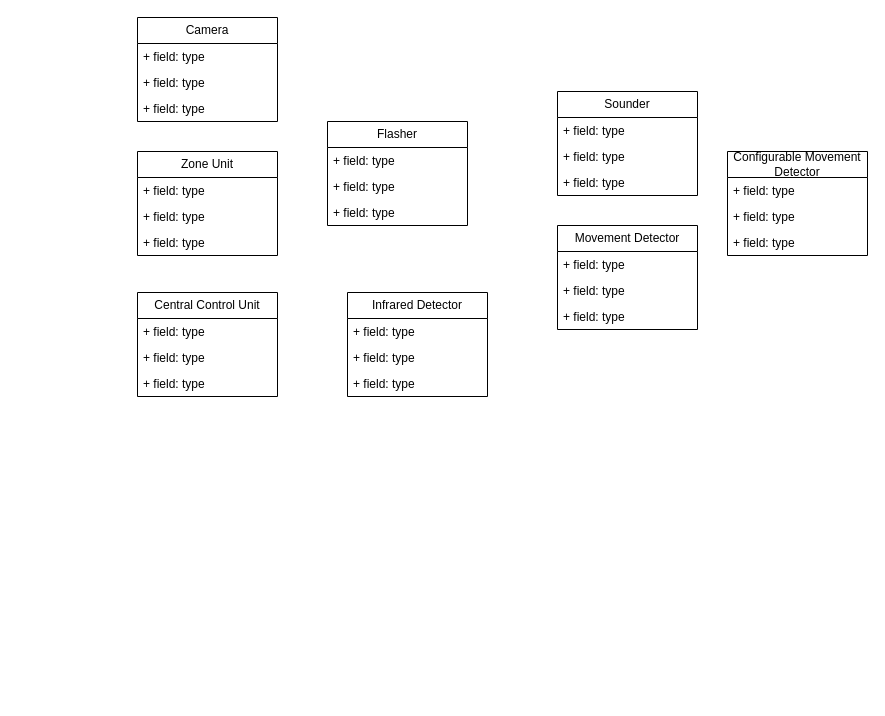
Before: week12-workshop11.drawio in antonykimuom/SWEN30006-2025-SM1-workshop1-tuew05-14-00-team-12, a draw.io diagram. Source tidied: cells renumbered, new cells numbered last; positions are measured from the earlier drawing's top-left corner, leaving out a move shared by most shapes. Both pictures are drawn from the tidied source at 100%, with x=0, y=0 at pixel (137, 17).
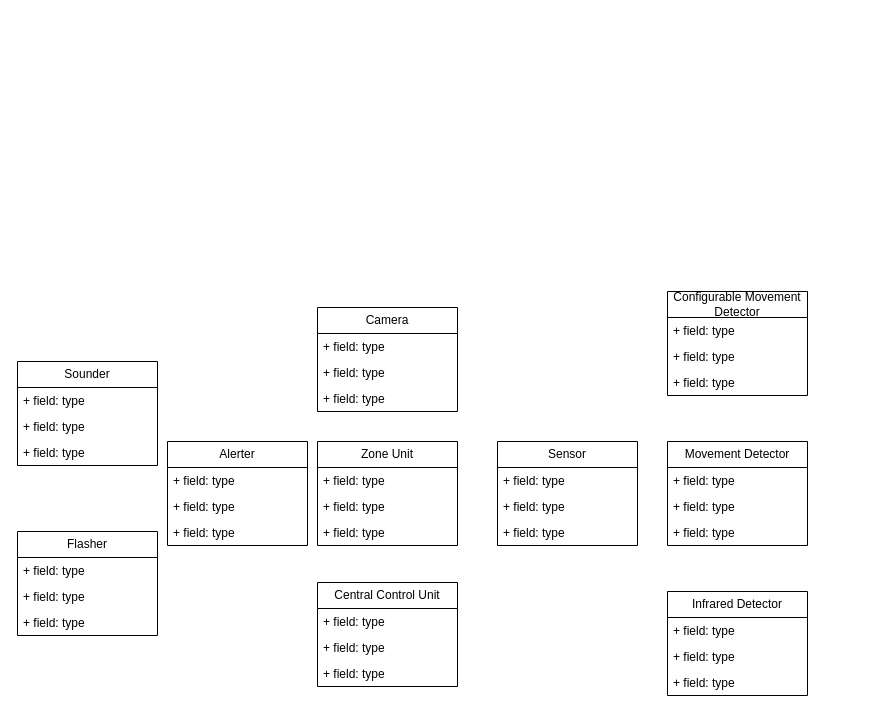
The same page after the edit.

What changed in the source:
```diff
@@
     <mxCell id="2" value="Central Control Unit" style="swimlane;fontStyle=0;horizontal=1;startSize=26;fillColor=none;whiteSpace=wrap;html=1;" parent="1" vertex="1">
-      <mxGeometry y="275" width="140" height="104" as="geometry" />
+      <mxGeometry x="180" y="565" width="140" height="104" as="geometry" />
     </mxCell>
@@
     <mxCell id="6" value="Zone Unit" style="swimlane;fontStyle=0;horizontal=1;startSize=26;fillColor=none;whiteSpace=wrap;html=1;" parent="1" vertex="1">
-      <mxGeometry y="134" width="140" height="104" as="geometry" />
+      <mxGeometry x="180" y="424" width="140" height="104" as="geometry" />
     </mxCell>
@@
     <mxCell id="10" value="Camera" style="swimlane;fontStyle=0;horizontal=1;startSize=26;fillColor=none;whiteSpace=wrap;html=1;" parent="1" vertex="1">
-      <mxGeometry width="140" height="104" as="geometry" />
+      <mxGeometry x="180" y="290" width="140" height="104" as="geometry" />
     </mxCell>
@@
     <mxCell id="14" value="Flasher" style="swimlane;fontStyle=0;horizontal=1;startSize=26;fillColor=none;whiteSpace=wrap;html=1;" parent="1" vertex="1">
-      <mxGeometry x="190" y="104" width="140" height="104" as="geometry" />
+      <mxGeometry x="-120" y="514" width="140" height="104" as="geometry" />
     </mxCell>
@@
     <mxCell id="18" value="Sounder" style="swimlane;fontStyle=0;horizontal=1;startSize=26;fillColor=none;whiteSpace=wrap;html=1;" parent="1" vertex="1">
-      <mxGeometry x="420" y="74" width="140" height="104" as="geometry" />
+      <mxGeometry x="-120" y="344" width="140" height="104" as="geometry" />
     </mxCell>
@@
     <mxCell id="22" value="Infrared Detector" style="swimlane;fontStyle=0;horizontal=1;startSize=26;fillColor=none;whiteSpace=wrap;html=1;" parent="1" vertex="1">
-      <mxGeometry x="210" y="275" width="140" height="104" as="geometry" />
+      <mxGeometry x="530" y="574" width="140" height="104" as="geometry" />
     </mxCell>
@@
     <mxCell id="26" value="Movement Detector" style="swimlane;fontStyle=0;horizontal=1;startSize=26;fillColor=none;whiteSpace=wrap;html=1;" parent="1" vertex="1">
-      <mxGeometry x="420" y="208" width="140" height="104" as="geometry" />
+      <mxGeometry x="530" y="424" width="140" height="104" as="geometry" />
     </mxCell>
@@
     <mxCell id="30" value="Configurable Movement Detector" style="swimlane;fontStyle=0;horizontal=1;startSize=26;fillColor=none;whiteSpace=wrap;html=1;" parent="1" vertex="1">
-      <mxGeometry x="590" y="134" width="140" height="104" as="geometry" />
+      <mxGeometry x="530" y="274" width="140" height="104" as="geometry" />
     </mxCell>
@@
+    <mxCell id="34" value="Sensor" style="swimlane;fontStyle=0;horizontal=1;startSize=26;fillColor=none;whiteSpace=wrap;html=1;" parent="1" vertex="1">
+      <mxGeometry x="360" y="424" width="140" height="104" as="geometry" />
+    </mxCell>
+    <mxCell id="35" value="+ field: type" style="text;strokeColor=none;fillColor=none;align=left;verticalAlign=top;spacingLeft=4;spacingRight=4;overflow=hidden;whiteSpace=wrap;html=1;" parent="34" vertex="1">
+      <mxGeometry y="26" width="140" height="26" as="geometry" />
+    </mxCell>
+    <mxCell id="36" value="+ field: type" style="text;strokeColor=none;fillColor=none;align=left;verticalAlign=top;spacingLeft=4;spacingRight=4;overflow=hidden;whiteSpace=wrap;html=1;" parent="34" vertex="1">
+      <mxGeometry y="52" width="140" height="26" as="geometry" />
+    </mxCell>
+    <mxCell id="37" value="+ field: type" style="text;strokeColor=none;fillColor=none;align=left;verticalAlign=top;spacingLeft=4;spacingRight=4;overflow=hidden;whiteSpace=wrap;html=1;" parent="34" vertex="1">
+      <mxGeometry y="78" width="140" height="26" as="geometry" />
+    </mxCell>
+    <mxCell id="38" value="Alerter" style="swimlane;fontStyle=0;horizontal=1;startSize=26;fillColor=none;whiteSpace=wrap;html=1;" parent="1" vertex="1">
+      <mxGeometry x="30" y="424" width="140" height="104" as="geometry" />
+    </mxCell>
+    <mxCell id="39" value="+ field: type" style="text;strokeColor=none;fillColor=none;align=left;verticalAlign=top;spacingLeft=4;spacingRight=4;overflow=hidden;whiteSpace=wrap;html=1;" parent="38" vertex="1">
+      <mxGeometry y="26" width="140" height="26" as="geometry" />
+    </mxCell>
+    <mxCell id="40" value="+ field: type" style="text;strokeColor=none;fillColor=none;align=left;verticalAlign=top;spacingLeft=4;spacingRight=4;overflow=hidden;whiteSpace=wrap;html=1;" parent="38" vertex="1">
+      <mxGeometry y="52" width="140" height="26" as="geometry" />
+    </mxCell>
+    <mxCell id="41" value="+ field: type" style="text;strokeColor=none;fillColor=none;align=left;verticalAlign=top;spacingLeft=4;spacingRight=4;overflow=hidden;whiteSpace=wrap;html=1;" parent="38" vertex="1">
+      <mxGeometry y="78" width="140" height="26" as="geometry" />
+    </mxCell>
```
